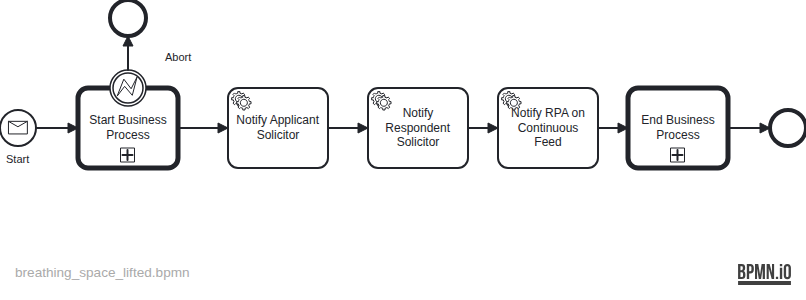
Above: docs/bpmn-diagrams/breathing_space_lifted.png in hmcts/civil-service (BPMN), before the change. Its source is kept beside it as src/main/resources/camunda/breathing_space_lifted.bpmn. Ids are renumbered.
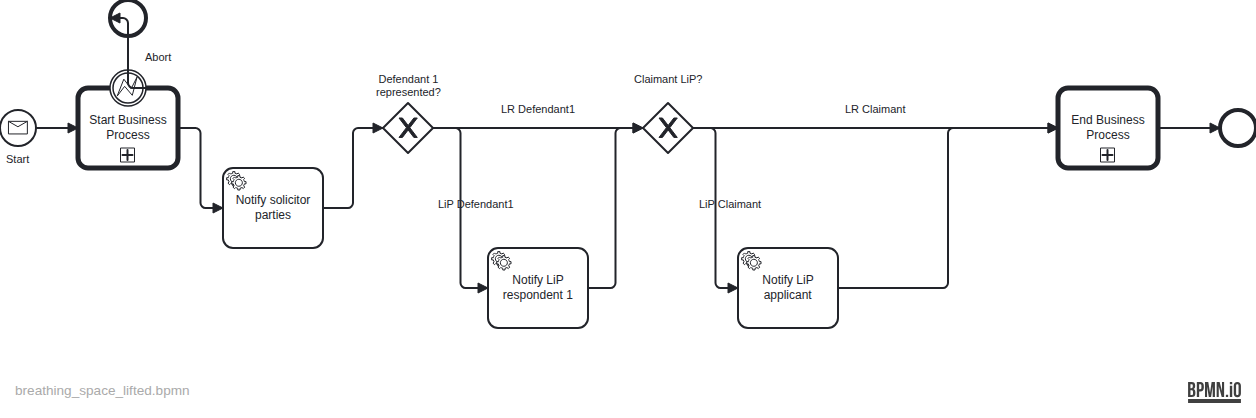
The same diagram one commit later.

Change to the diagram source:
```diff
@@ -1,11 +1,15 @@
-<bpmn:definitions xmlns:bpmn="http://www.omg.org/spec/BPMN/20100524/MODEL"
-                  xmlns:bpmndi="http://www.omg.org/spec/BPMN/20100524/DI"
-                  xmlns:dc="http://www.omg.org/spec/DD/20100524/DC" xmlns:camunda="http://camunda.org/schema/1.0/bpmn"
-                  xmlns:di="http://www.omg.org/spec/DD/20100524/DI"
-                  xmlns:modeler="http://camunda.org/schema/modeler/1.0" id="Definitions_n1"
-                  targetNamespace="http://bpmn.io/schema/bpmn" exporter="Camunda Modeler" exporterVersion="5.0.0"
-                  modeler:executionPlatform="Camunda Platform" modeler:executionPlatformVersion="7.15.0">
+<bpmn:definitions xmlns:bpmn="http://www.omg.org/spec/BPMN/20100524/MODEL" xmlns:bpmndi="http://www.omg.org/spec/BPMN/20100524/DI" xmlns:dc="http://www.omg.org/spec/DD/20100524/DC" xmlns:camunda="http://camunda.org/schema/1.0/bpmn" xmlns:di="http://www.omg.org/spec/DD/20100524/DI" xmlns:xsi="http://www.w3.org/2001/XMLSchema-instance" xmlns:modeler="http://camunda.org/schema/modeler/1.0" id="Definitions_n1" targetNamespace="http://bpmn.io/schema/bpmn" exporter="Camunda Modeler" exporterVersion="5.40.1" modeler:executionPlatform="Camunda Platform" modeler:executionPlatformVersion="7.15.0">
   <bpmn:process id="BREATHING_SPACE_LIFTED" name="Breathing space lifted spec" isExecutable="true" camunda:historyTimeToLive="P90D">
+    <bpmn:serviceTask id="BreathingSpaceLiftedNotifyParties" name="Notify solicitor parties" camunda:type="external" camunda:topic="processCaseEvent">
+      <bpmn:extensionElements>
+        <camunda:inputOutput>
+          <camunda:inputParameter name="caseEvent">NOTIFY_EVENT</camunda:inputParameter>
+        </camunda:inputOutput>
+      </bpmn:extensionElements>
+      <bpmn:incoming>Flow_n7</bpmn:incoming>
+      <bpmn:outgoing>Flow_Lifted_Framework</bpmn:outgoing>
+    </bpmn:serviceTask>
+    <bpmn:sequenceFlow id="Flow_Lifted_Framework" sourceRef="BreathingSpaceLiftedNotifyParties" targetRef="Gateway_Defendant1" />
     <bpmn:startEvent id="Event_n2" name="Start">
       <bpmn:outgoing>Flow_n3</bpmn:outgoing>
       <bpmn:messageEventDefinition id="MessageEventDefinition_n4" messageRef="Message_n5" />
@@ -27,34 +31,48 @@
     </bpmn:boundaryEvent>
     <bpmn:sequenceFlow id="Flow_n3" sourceRef="Event_n2" targetRef="Activity_n6" />
     <bpmn:sequenceFlow id="Flow_n9" sourceRef="Event_n10" targetRef="Event_n8" />
-    <bpmn:sequenceFlow id="Flow_n7" sourceRef="Activity_n6" targetRef="NotifyApplicantSolicitorBSLifted" />
-    <bpmn:serviceTask id="NotifyApplicantSolicitorBSLifted" name="Notify Applicant Solicitor" camunda:type="external" camunda:topic="processCaseEvent">
+    <bpmn:sequenceFlow id="Flow_n7" sourceRef="Activity_n6" targetRef="BreathingSpaceLiftedNotifyParties" />
+    <bpmn:exclusiveGateway id="Gateway_Defendant1" name="Defendant 1 represented?">
+      <bpmn:incoming>Flow_Lifted_Framework</bpmn:incoming>
+      <bpmn:outgoing>Flow_Def1_Lip</bpmn:outgoing>
+      <bpmn:outgoing>Flow_Def1_Lr</bpmn:outgoing>
+    </bpmn:exclusiveGateway>
+    <bpmn:sequenceFlow id="Flow_Def1_Lip" name="LiP Defendant1" sourceRef="Gateway_Defendant1" targetRef="BreathingSpaceLiftedNotifyLipRespondent1">
+      <bpmn:conditionExpression xsi:type="bpmn:tFormalExpression">${!empty flowFlags.UNREPRESENTED_DEFENDANT_ONE &amp;&amp; flowFlags.UNREPRESENTED_DEFENDANT_ONE}</bpmn:conditionExpression>
+    </bpmn:sequenceFlow>
+    <bpmn:sequenceFlow id="Flow_Def1_Lr" name="LR Defendant1" sourceRef="Gateway_Defendant1" targetRef="Gateway_Claimant">
+      <bpmn:conditionExpression xsi:type="bpmn:tFormalExpression">${empty flowFlags.UNREPRESENTED_DEFENDANT_ONE || (!empty flowFlags.UNREPRESENTED_DEFENDANT_ONE &amp;&amp; !flowFlags.UNREPRESENTED_DEFENDANT_ONE)}</bpmn:conditionExpression>
+    </bpmn:sequenceFlow>
+    <bpmn:serviceTask id="BreathingSpaceLiftedNotifyLipRespondent1" name="Notify LiP respondent 1" camunda:type="external" camunda:topic="processCaseEvent">
       <bpmn:extensionElements>
         <camunda:inputOutput>
-          <camunda:inputParameter name="caseEvent">NOTIFY_APPLICANT_SOLICITOR1_BREATHING_SPACE_LIFTED</camunda:inputParameter>
+          <camunda:inputParameter name="caseEvent">NOTIFY_LIP_RESPONDENT1_BREATHING_SPACE_LIFTED</camunda:inputParameter>
         </camunda:inputOutput>
       </bpmn:extensionElements>
-      <bpmn:incoming>Flow_n7</bpmn:incoming>
-      <bpmn:outgoing>Flow_n12</bpmn:outgoing>
+      <bpmn:incoming>Flow_Def1_Lip</bpmn:incoming>
+      <bpmn:outgoing>Flow_LipDef1_ToClaimant</bpmn:outgoing>
     </bpmn:serviceTask>
-    <bpmn:serviceTask id="NotifyRespondentSolicitorBSLifted" name="Notify Respondent Solicitor" camunda:type="external" camunda:topic="processCaseEvent">
+    <bpmn:sequenceFlow id="Flow_LipDef1_ToClaimant" sourceRef="BreathingSpaceLiftedNotifyLipRespondent1" targetRef="Gateway_Claimant" />
+    <bpmn:exclusiveGateway id="Gateway_Claimant" name="Claimant LiP?">
+      <bpmn:incoming>Flow_LipDef1_ToClaimant</bpmn:incoming>
+      <bpmn:incoming>Flow_Def1_Lr</bpmn:incoming>
+      <bpmn:outgoing>Flow_Claimant_Lip</bpmn:outgoing>
+      <bpmn:outgoing>Flow_Claimant_Lr</bpmn:outgoing>
+    </bpmn:exclusiveGateway>
+    <bpmn:sequenceFlow id="Flow_Claimant_Lip" name="LiP Claimant" sourceRef="Gateway_Claimant" targetRef="BreathingSpaceLiftedNotifyLipApplicant">
+      <bpmn:conditionExpression xsi:type="bpmn:tFormalExpression">${!empty flowFlags.LIP_CASE &amp;&amp; flowFlags.LIP_CASE}</bpmn:conditionExpression>
+    </bpmn:sequenceFlow>
+    <bpmn:sequenceFlow id="Flow_Claimant_Lr" name="LR Claimant" sourceRef="Gateway_Claimant" targetRef="Activity_n17">
+      <bpmn:conditionExpression xsi:type="bpmn:tFormalExpression">${empty flowFlags.LIP_CASE || (!empty flowFlags.LIP_CASE &amp;&amp; !flowFlags.LIP_CASE)}</bpmn:conditionExpression>
+    </bpmn:sequenceFlow>
+    <bpmn:serviceTask id="BreathingSpaceLiftedNotifyLipApplicant" name="Notify LiP applicant" camunda:type="external" camunda:topic="processCaseEvent">
       <bpmn:extensionElements>
         <camunda:inputOutput>
-          <camunda:inputParameter name="caseEvent">NOTIFY_RESPONDENT_SOLICITOR1_BREATHING_SPACE_LIFTED</camunda:inputParameter>
+          <camunda:inputParameter name="caseEvent">NOTIFY_LIP_APPLICANT_BREATHING_SPACE_LIFTED</camunda:inputParameter>
         </camunda:inputOutput>
       </bpmn:extensionElements>
-      <bpmn:incoming>Flow_n12</bpmn:incoming>
-      <bpmn:outgoing>Flow_n13</bpmn:outgoing>
-    </bpmn:serviceTask>
-    <bpmn:sequenceFlow id="Flow_n12" sourceRef="NotifyApplicantSolicitorBSLifted" targetRef="NotifyRespondentSolicitorBSLifted" />
-    <bpmn:serviceTask id="NotifyRpaBsLifted" name="Notify RPA on Continuous Feed" camunda:type="external" camunda:topic="processCaseEvent">
-      <bpmn:extensionElements>
-        <camunda:inputOutput>
-          <camunda:inputParameter name="caseEvent">NOTIFY_RPA_ON_CONTINUOUS_FEED</camunda:inputParameter>
-        </camunda:inputOutput>
-      </bpmn:extensionElements>
-      <bpmn:incoming>Flow_n13</bpmn:incoming>
-      <bpmn:outgoing>Flow_n14</bpmn:outgoing>
+      <bpmn:incoming>Flow_Claimant_Lip</bpmn:incoming>
+      <bpmn:outgoing>Flow_n19</bpmn:outgoing>
     </bpmn:serviceTask>
     <bpmn:endEvent id="Event_n15">
       <bpmn:incoming>Flow_n16</bpmn:incoming>
@@ -63,78 +81,120 @@
       <bpmn:extensionElements>
         <camunda:in variables="all" />
       </bpmn:extensionElements>
-      <bpmn:incoming>Flow_n14</bpmn:incoming>
+      <bpmn:incoming>Flow_Claimant_Lr</bpmn:incoming>
+      <bpmn:incoming>Flow_n19</bpmn:incoming>
       <bpmn:outgoing>Flow_n16</bpmn:outgoing>
     </bpmn:callActivity>
     <bpmn:sequenceFlow id="Flow_n16" sourceRef="Activity_n17" targetRef="Event_n15" />
-    <bpmn:sequenceFlow id="Flow_n14" sourceRef="NotifyRpaBsLifted" targetRef="Activity_n17" />
-    <bpmn:sequenceFlow id="Flow_n13" sourceRef="NotifyRespondentSolicitorBSLifted" targetRef="NotifyRpaBsLifted" />
+    <bpmn:sequenceFlow id="Flow_n19" sourceRef="BreathingSpaceLiftedNotifyLipApplicant" targetRef="Activity_n17" />
   </bpmn:process>
   <bpmn:message id="Message_n18" name="LIFT_BREATHING_SPACE_SPEC" />
   <bpmn:message id="Message_n5" name="LIFT_BREATHING_SPACE_SPEC" />
   <bpmndi:BPMNDiagram id="BPMNDiagram_1">
     <bpmndi:BPMNPlane id="BPMNPlane_1" bpmnElement="BREATHING_SPACE_LIFTED">
-      <bpmndi:BPMNEdge id="Flow_n14_di" bpmnElement="Flow_n14">
-        <di:waypoint x="770" y="230" />
-        <di:waypoint x="800" y="230" />
-      </bpmndi:BPMNEdge>
-      <bpmndi:BPMNEdge id="Flow_n16_di" bpmnElement="Flow_n16">
-        <di:waypoint x="900" y="230" />
-        <di:waypoint x="942" y="230" />
-      </bpmndi:BPMNEdge>
-      <bpmndi:BPMNEdge id="Flow_n12_di" bpmnElement="Flow_n12">
-        <di:waypoint x="500" y="230" />
-        <di:waypoint x="540" y="230" />
-      </bpmndi:BPMNEdge>
-      <bpmndi:BPMNEdge id="Flow_n7_di" bpmnElement="Flow_n7">
-        <di:waypoint x="350" y="230" />
-        <di:waypoint x="400" y="230" />
-      </bpmndi:BPMNEdge>
-      <bpmndi:BPMNEdge id="Flow_n9_di" bpmnElement="Flow_n9">
-        <di:waypoint x="300" y="172" />
-        <di:waypoint x="300" y="138" />
-      </bpmndi:BPMNEdge>
-      <bpmndi:BPMNEdge id="Flow_n3_di" bpmnElement="Flow_n3">
-        <di:waypoint x="208" y="230" />
-        <di:waypoint x="250" y="230" />
-      </bpmndi:BPMNEdge>
-      <bpmndi:BPMNEdge id="Flow_n13_di" bpmnElement="Flow_n13">
-        <di:waypoint x="640" y="230" />
-        <di:waypoint x="670" y="230" />
-      </bpmndi:BPMNEdge>
       <bpmndi:BPMNShape id="Event_n2_di" bpmnElement="Event_n2">
-        <dc:Bounds x="172" y="212" width="36" height="36" />
+        <dc:Bounds x="152" y="212" width="36" height="36" />
         <bpmndi:BPMNLabel>
-          <dc:Bounds x="178" y="255" width="24" height="14" />
+          <dc:Bounds x="158" y="255" width="24" height="14" />
         </bpmndi:BPMNLabel>
       </bpmndi:BPMNShape>
       <bpmndi:BPMNShape id="Activity_n6_di" bpmnElement="Activity_n6">
-        <dc:Bounds x="250" y="190" width="100" height="80" />
+        <dc:Bounds x="230" y="190" width="100" height="80" />
       </bpmndi:BPMNShape>
       <bpmndi:BPMNShape id="Event_n8_di" bpmnElement="Event_n8">
-        <dc:Bounds x="282" y="102" width="36" height="36" />
+        <dc:Bounds x="262" y="102" width="36" height="36" />
       </bpmndi:BPMNShape>
-      <bpmndi:BPMNShape id="Activity_0g2c2ji_di" bpmnElement="NotifyApplicantSolicitorBSLifted">
-        <dc:Bounds x="400" y="190" width="100" height="80" />
+      <bpmndi:BPMNShape id="Gateway_Defendant1_di" bpmnElement="Gateway_Defendant1" isMarkerVisible="true">
+        <dc:Bounds x="535" y="205" width="50" height="50" />
+        <bpmndi:BPMNLabel>
+          <dc:Bounds x="518" y="175" width="85" height="27" />
+        </bpmndi:BPMNLabel>
       </bpmndi:BPMNShape>
-      <bpmndi:BPMNShape id="Activity_0eg1mu3_di" bpmnElement="NotifyRespondentSolicitorBSLifted">
-        <dc:Bounds x="540" y="190" width="100" height="80" />
+      <bpmndi:BPMNShape id="Activity_LipDef1_di" bpmnElement="BreathingSpaceLiftedNotifyLipRespondent1">
+        <dc:Bounds x="640" y="350" width="100" height="80" />
+      </bpmndi:BPMNShape>
+      <bpmndi:BPMNShape id="Gateway_Claimant_di" bpmnElement="Gateway_Claimant" isMarkerVisible="true">
+        <dc:Bounds x="795" y="205" width="50" height="50" />
+        <bpmndi:BPMNLabel>
+          <dc:Bounds x="786" y="175" width="69" height="14" />
+        </bpmndi:BPMNLabel>
+      </bpmndi:BPMNShape>
+      <bpmndi:BPMNShape id="Activity_LipApplicant_di" bpmnElement="BreathingSpaceLiftedNotifyLipApplicant">
+        <dc:Bounds x="890" y="350" width="100" height="80" />
       </bpmndi:BPMNShape>
       <bpmndi:BPMNShape id="Event_n15_di" bpmnElement="Event_n15">
-        <dc:Bounds x="942" y="212" width="36" height="36" />
+        <dc:Bounds x="1372" y="212" width="36" height="36" />
       </bpmndi:BPMNShape>
       <bpmndi:BPMNShape id="Activity_n17_di" bpmnElement="Activity_n17">
-        <dc:Bounds x="800" y="190" width="100" height="80" />
-      </bpmndi:BPMNShape>
-      <bpmndi:BPMNShape id="Activity_1yug86e_di" bpmnElement="NotifyRpaBsLifted">
-        <dc:Bounds x="670" y="190" width="100" height="80" />
+        <dc:Bounds x="1210" y="190" width="100" height="80" />
       </bpmndi:BPMNShape>
       <bpmndi:BPMNShape id="Event_n10_di" bpmnElement="Event_n10">
-        <dc:Bounds x="282" y="172" width="36" height="36" />
+        <dc:Bounds x="262" y="172" width="36" height="36" />
         <bpmndi:BPMNLabel>
-          <dc:Bounds x="337" y="153" width="26" height="14" />
+          <dc:Bounds x="297" y="153" width="26" height="14" />
         </bpmndi:BPMNLabel>
       </bpmndi:BPMNShape>
+      <bpmndi:BPMNEdge id="Flow_n3_di" bpmnElement="Flow_n3">
+        <di:waypoint x="188" y="230" />
+        <di:waypoint x="230" y="230" />
+      </bpmndi:BPMNEdge>
+      <bpmndi:BPMNEdge id="Flow_n9_di" bpmnElement="Flow_n9">
+        <di:waypoint x="298" y="190" />
+        <di:waypoint x="280" y="190" />
+        <di:waypoint x="280" y="120" />
+        <di:waypoint x="262" y="120" />
+      </bpmndi:BPMNEdge>
+      <bpmndi:BPMNEdge id="Flow_n7_di" bpmnElement="Flow_n7">
+        <di:waypoint x="330" y="230" />
+        <di:waypoint x="352.5" y="230" />
+        <di:waypoint x="352.5" y="310" />
+        <di:waypoint x="375" y="310" />
+      </bpmndi:BPMNEdge>
+      <bpmndi:BPMNEdge id="Flow_Def1_Lip_di" bpmnElement="Flow_Def1_Lip">
+        <di:waypoint x="585" y="230" />
+        <di:waypoint x="612.5" y="230" />
+        <di:waypoint x="612.5" y="390" />
+        <di:waypoint x="640" y="390" />
+      </bpmndi:BPMNEdge>
+      <bpmndi:BPMNEdge id="Flow_Def1_Lr_di" bpmnElement="Flow_Def1_Lr">
+        <di:waypoint x="585" y="230" />
+        <di:waypoint x="795" y="230" />
+      </bpmndi:BPMNEdge>
+      <bpmndi:BPMNEdge id="Flow_LipDef1_ToClaimant_di" bpmnElement="Flow_LipDef1_ToClaimant">
+        <di:waypoint x="740" y="390" />
+        <di:waypoint x="767.5" y="390" />
+        <di:waypoint x="767.5" y="230" />
+        <di:waypoint x="795" y="230" />
+      </bpmndi:BPMNEdge>
+      <bpmndi:BPMNEdge id="Flow_Claimant_Lip_di" bpmnElement="Flow_Claimant_Lip">
+        <di:waypoint x="845" y="230" />
+        <di:waypoint x="867.5" y="230" />
+        <di:waypoint x="867.5" y="390" />
+        <di:waypoint x="890" y="390" />
+      </bpmndi:BPMNEdge>
+      <bpmndi:BPMNEdge id="Flow_Claimant_Lr_di" bpmnElement="Flow_Claimant_Lr">
+        <di:waypoint x="845" y="230" />
+        <di:waypoint x="1210" y="230" />
+      </bpmndi:BPMNEdge>
+      <bpmndi:BPMNEdge id="Flow_n16_di" bpmnElement="Flow_n16">
+        <di:waypoint x="1310" y="230" />
+        <di:waypoint x="1372" y="230" />
+      </bpmndi:BPMNEdge>
+      <bpmndi:BPMNEdge id="Flow_n19_di" bpmnElement="Flow_n19">
+        <di:waypoint x="990" y="390" />
+        <di:waypoint x="1100" y="390" />
+        <di:waypoint x="1100" y="230" />
+        <di:waypoint x="1210" y="230" />
+      </bpmndi:BPMNEdge>
+      <bpmndi:BPMNShape id="BreathingSpaceLiftedNotifyParties_di" bpmnElement="BreathingSpaceLiftedNotifyParties">
+        <dc:Bounds x="375" y="270" width="100" height="80" />
+      </bpmndi:BPMNShape>
+      <bpmndi:BPMNEdge id="Flow_Lifted_Framework_di" bpmnElement="Flow_Lifted_Framework">
+        <di:waypoint x="475" y="310" />
+        <di:waypoint x="505" y="310" />
+        <di:waypoint x="505" y="230" />
+        <di:waypoint x="535" y="230" />
+      </bpmndi:BPMNEdge>
     </bpmndi:BPMNPlane>
   </bpmndi:BPMNDiagram>
 </bpmn:definitions>
```
